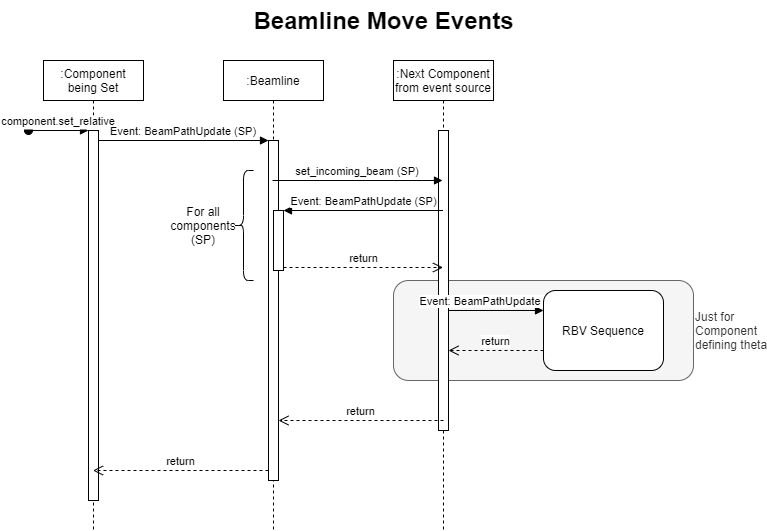
This is reflectometers/BeamlineMoveEvents.png from ISISComputingGroup/ibex_developers_manual, a draw.io export, as it was before one commit. Source tidied: cells renumbered, new cells last; positions are measured from the earlier drawing's top-left corner, leaving out a move shared by most shapes.
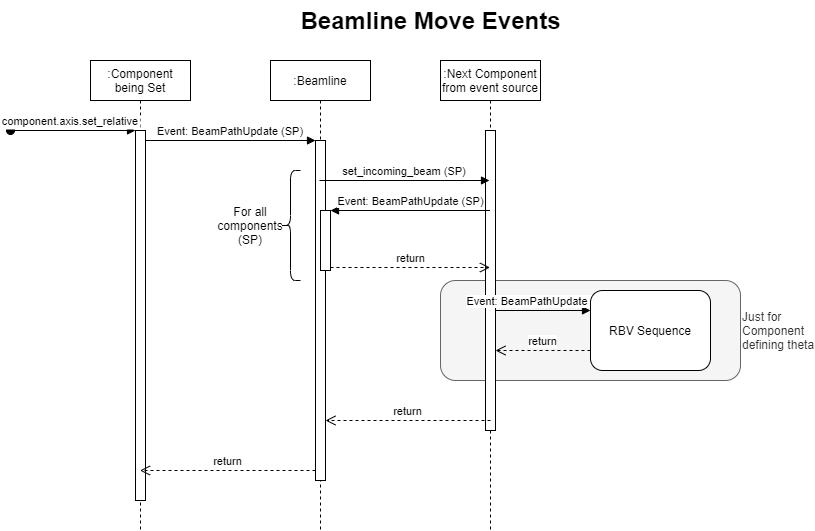
The same file after the commit.

Change to the diagram source:
```diff
@@ -11,9 +11,9 @@
     <mxCell id="4" style="points=[];perimeter=orthogonalPerimeter;rounded=0;shadow=0;strokeWidth=1;" parent="3" vertex="1">
       <mxGeometry x="45" y="70" width="10" height="370" as="geometry" />
     </mxCell>
-    <mxCell id="5" value="component.set_relative" style="verticalAlign=bottom;startArrow=oval;endArrow=block;startSize=8;shadow=0;strokeWidth=1;" parent="3" edge="1" target="4">
-      <mxGeometry relative="1" as="geometry">
-        <mxPoint x="-15" y="70" as="sourcePoint" />
+    <mxCell id="5" value="component.axis.set_relative" style="verticalAlign=bottom;startArrow=oval;endArrow=block;startSize=8;shadow=0;strokeWidth=1;" parent="3" edge="1" target="4">
+      <mxGeometry x="-0.04" relative="1" as="geometry">
+        <mxPoint x="-80" y="70" as="sourcePoint" />
       </mxGeometry>
     </mxCell>
     <mxCell id="6" value=":Beamline" style="shape=umlLifeline;perimeter=lifelinePerimeter;rounded=0;shadow=0;strokeWidth=1;" parent="1" vertex="1">
```
